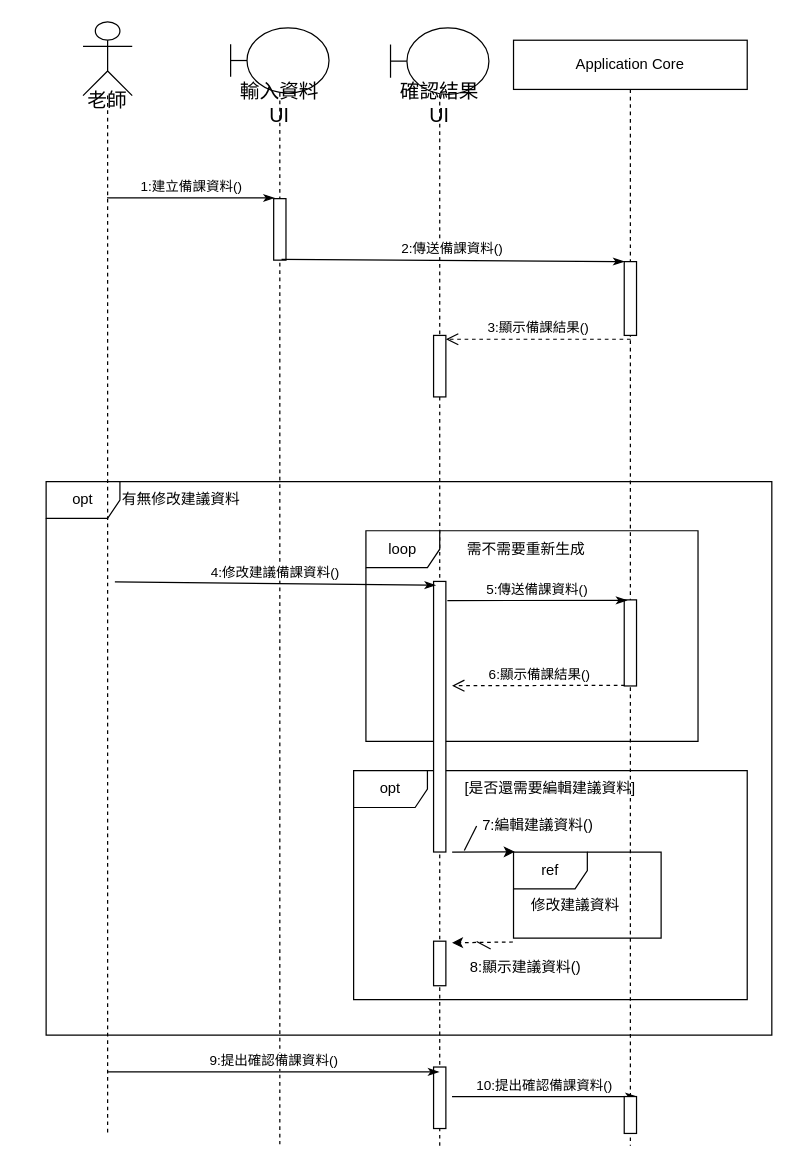
Before: 循序圖(建立備課資料)-UI.drawio in Kevincheng0804/System-analysis, a draw.io diagram. Source tidied: cells renumbered, new cells numbered last; positions are measured from the earlier drawing's top-left corner, leaving out a move shared by most shapes. Both pictures are drawn from the tidied source at 123%, with x=0, y=0 at pixel (46, 21).
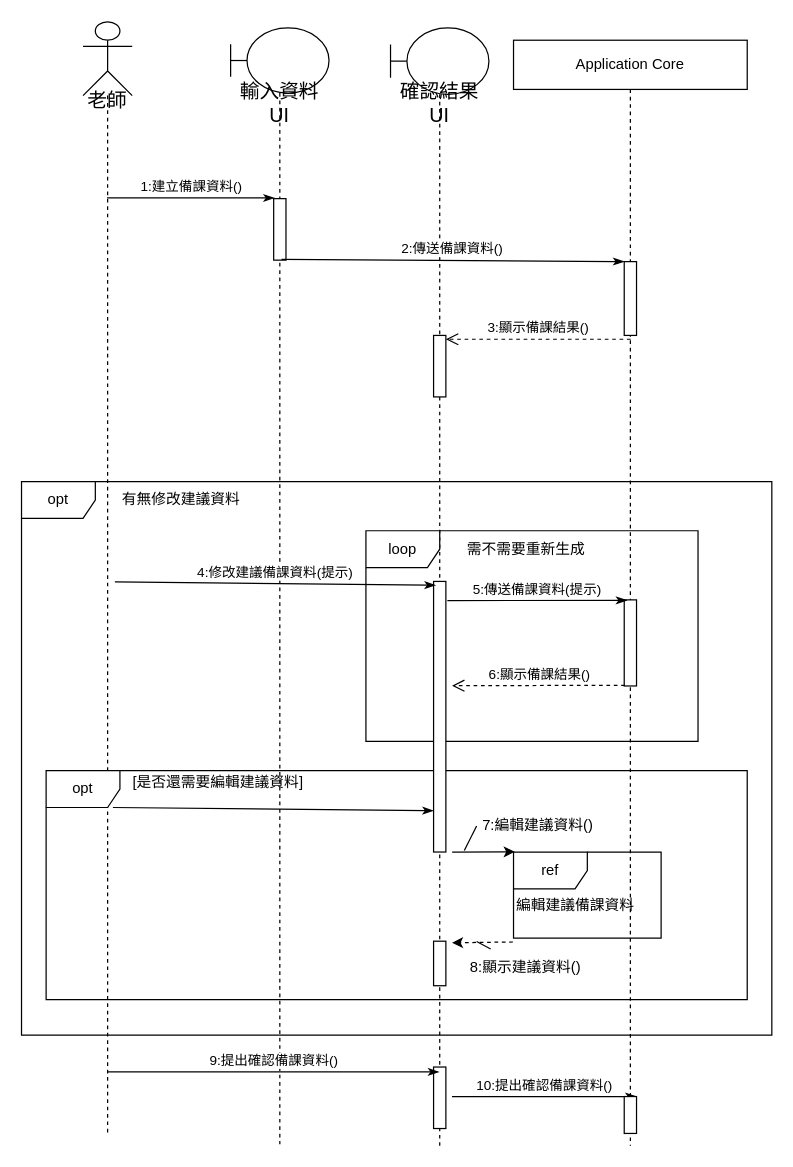
The same diagram, later.

The change refers to these unchanged cells:
```xml
<mxCell id="10" value="Application Core" style="shape=umlLifeline;perimeter=lifelinePerimeter;whiteSpace=wrap;html=1;" parent="1" vertex="1">
  <mxGeometry x="380" y="15.2" width="190" height="898.8" as="geometry" />
</mxCell>
<mxCell id="14" style="html=1;points=[];perimeter=orthogonalPerimeter;" parent="10" vertex="1">
  <mxGeometry x="90" y="455" width="10" height="70" as="geometry" />
</mxCell>
```

What changed in the source:
```diff
@@
     <mxCell id="2" value="opt" style="shape=umlFrame;whiteSpace=wrap;html=1;" parent="1" vertex="1">
-      <mxGeometry y="374" width="590" height="450" as="geometry" />
+      <mxGeometry x="-20" y="374" width="610" height="450" as="geometry" />
     </mxCell>
@@
     <mxCell id="12" value="opt" style="shape=umlFrame;whiteSpace=wrap;html=1;" parent="10" vertex="1">
-      <mxGeometry x="-130" y="593.8" width="320" height="186.2" as="geometry" />
+      <mxGeometry x="-380" y="593.8" width="570" height="186.2" as="geometry" />
     </mxCell>
@@
-    <mxCell id="16" value="修改建議資料" style="text;html=1;align=center;verticalAlign=middle;strokeColor=none;fillColor=none;" parent="10" vertex="1">
-      <mxGeometry y="688.8" width="100" height="30" as="geometry" />
+    <mxCell id="16" value="編輯建議備課資料" style="text;html=1;align=center;verticalAlign=middle;strokeColor=none;fillColor=none;" parent="10" vertex="1">
+      <mxGeometry x="-10" y="688.8" width="120" height="30" as="geometry" />
     </mxCell>
@@
-    <mxCell id="19" value="[是否還需要編輯建議資料]" style="text;html=1;align=center;verticalAlign=middle;whiteSpace=wrap;rounded=0;" parent="10" vertex="1">
-      <mxGeometry x="-50" y="593.8" width="160" height="30" as="geometry" />
-    </mxCell>
@@
+    <mxCell id="36" style="html=1;verticalAlign=bottom;endArrow=classicThin;endFill=1;exitX=1.092;exitY=0.016;exitDx=0;exitDy=0;exitPerimeter=0;entryX=0.167;entryY=0.022;entryDx=0;entryDy=0;entryPerimeter=0;" parent="10" edge="1">
+      <mxGeometry x="-0.04" y="16" relative="1" as="geometry">
+        <mxPoint x="-325.7" y="623.8" as="sourcePoint" />
+        <mxPoint x="-65" y="626.4" as="targetPoint" />
+      </mxGeometry>
+    </mxCell>
@@
-    <mxCell id="27" value="5:傳送備課資料()" style="html=1;verticalAlign=bottom;endArrow=classicThin;endFill=1;entryX=0.231;entryY=0.005;entryDx=0;entryDy=0;entryPerimeter=0;exitX=1.116;exitY=0.134;exitDx=0;exitDy=0;exitPerimeter=0;" parent="1" edge="1" target="14">
+    <mxCell id="27" value="5:傳送備課資料(提示)" style="html=1;verticalAlign=bottom;endArrow=classicThin;endFill=1;entryX=0.231;entryY=0.005;entryDx=0;entryDy=0;entryPerimeter=0;exitX=1.116;exitY=0.134;exitDx=0;exitDy=0;exitPerimeter=0;" parent="1" edge="1" target="14">
       <mxGeometry relative="1" as="geometry">
         <mxPoint x="326.2" y="470.8" as="sourcePoint" />
       </mxGeometry>
     </mxCell>
@@
-    <mxCell id="29" value="4:修改建議備課資料()" style="html=1;verticalAlign=bottom;endArrow=classicThin;endFill=1;exitX=1.092;exitY=0.016;exitDx=0;exitDy=0;exitPerimeter=0;entryX=0.167;entryY=0.022;entryDx=0;entryDy=0;entryPerimeter=0;" parent="1" edge="1">
+    <mxCell id="29" value="4:修改建議備課資料(提示)" style="html=1;verticalAlign=bottom;endArrow=classicThin;endFill=1;exitX=1.092;exitY=0.016;exitDx=0;exitDy=0;exitPerimeter=0;entryX=0.167;entryY=0.022;entryDx=0;entryDy=0;entryPerimeter=0;" parent="1" edge="1">
       <mxGeometry relative="1" as="geometry">
         <mxPoint x="55.9" y="455.6" as="sourcePoint" />
         <mxPoint x="316.7" y="458.3" as="targetPoint" />
       </mxGeometry>
     </mxCell>
@@
+    <mxCell id="19" value="[是否還需要編輯建議資料]" style="text;html=1;align=center;verticalAlign=middle;whiteSpace=wrap;rounded=0;" parent="1" vertex="1">
+      <mxGeometry x="60" y="604" width="160" height="30" as="geometry" />
+    </mxCell>
```
